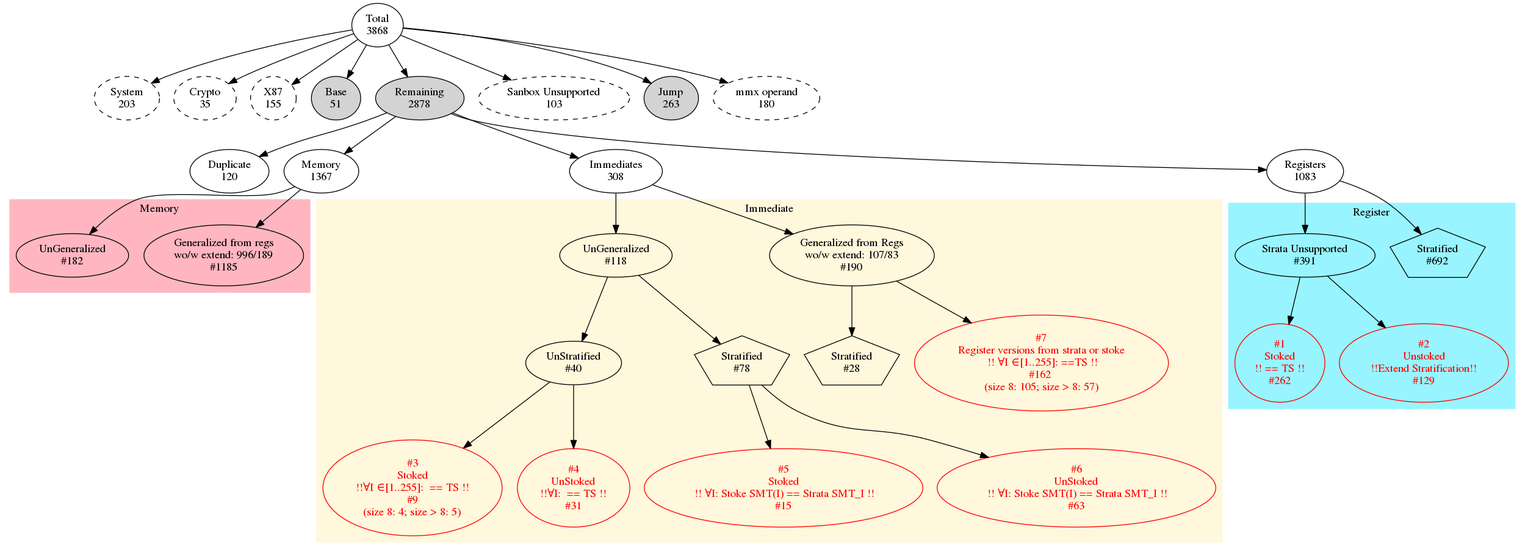
kframework/X86-64-semantics keeps this Graphviz diagram as x86-semantics/docs/reports/instruction_support_status.png. Above is the earlier version. Its source is kept beside it as x86-semantics/docs/reports/instruction_support_status.dot.
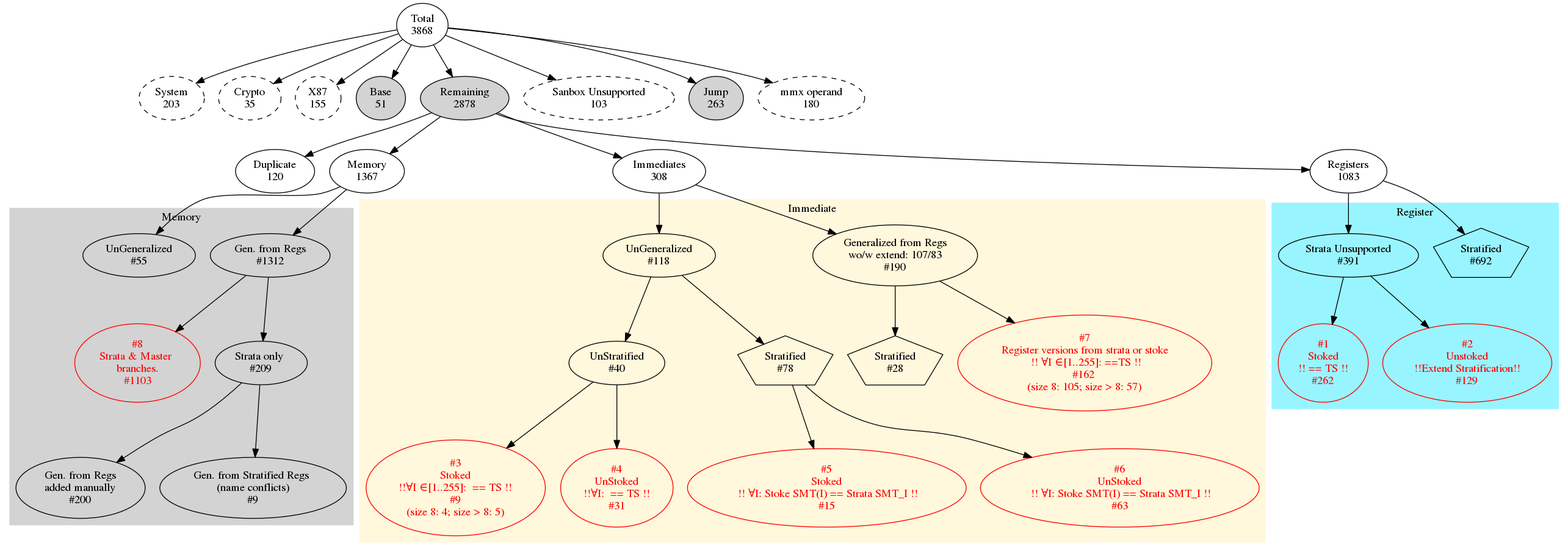
The same diagram one commit later.

Change to the diagram source:
```diff
@@ -62,12 +62,21 @@
   subgraph cluster_1 {
     label =  "Memory"
     style=filled;
-    color = lightpink;
+    color = lightgrey;
 
-    MEM_G [label="Generalized from regs\nwo/w extend: 996/189\n#1185"]
-    MEM_UG [label="UnGeneralized\n#182"]
+    MEM_G [label="Gen. from Regs\n#1312"]
+    MEM_G_STRATA_STOKE [fontcolor=red; color=red;label="#8\nStrata & Master \nbranches.\n#1103"]
+    MEM_G_STRATA_ONLY [label="Strata only \n#209"]
+    MEM_G_STRATA_MANUAL_ADDITION [label=" Gen. from Regs \nadded manually\n#200"]
+    MEM_G_STRATA_MANUAL_NAME_CONFLICT [label="Gen. from Stratified Regs \n(name conflicts)\n#9"]
+
+    MEM_UG [label="UnGeneralized\n#55"]
 
     MEM -> MEM_G
+    MEM_G -> MEM_G_STRATA_STOKE
+    MEM_G -> MEM_G_STRATA_ONLY
+    MEM_G_STRATA_ONLY -> MEM_G_STRATA_MANUAL_ADDITION
+    MEM_G_STRATA_ONLY -> MEM_G_STRATA_MANUAL_NAME_CONFLICT
     MEM -> MEM_UG
 
     {rank = same; MEM_UG; MEM_G; }
```
